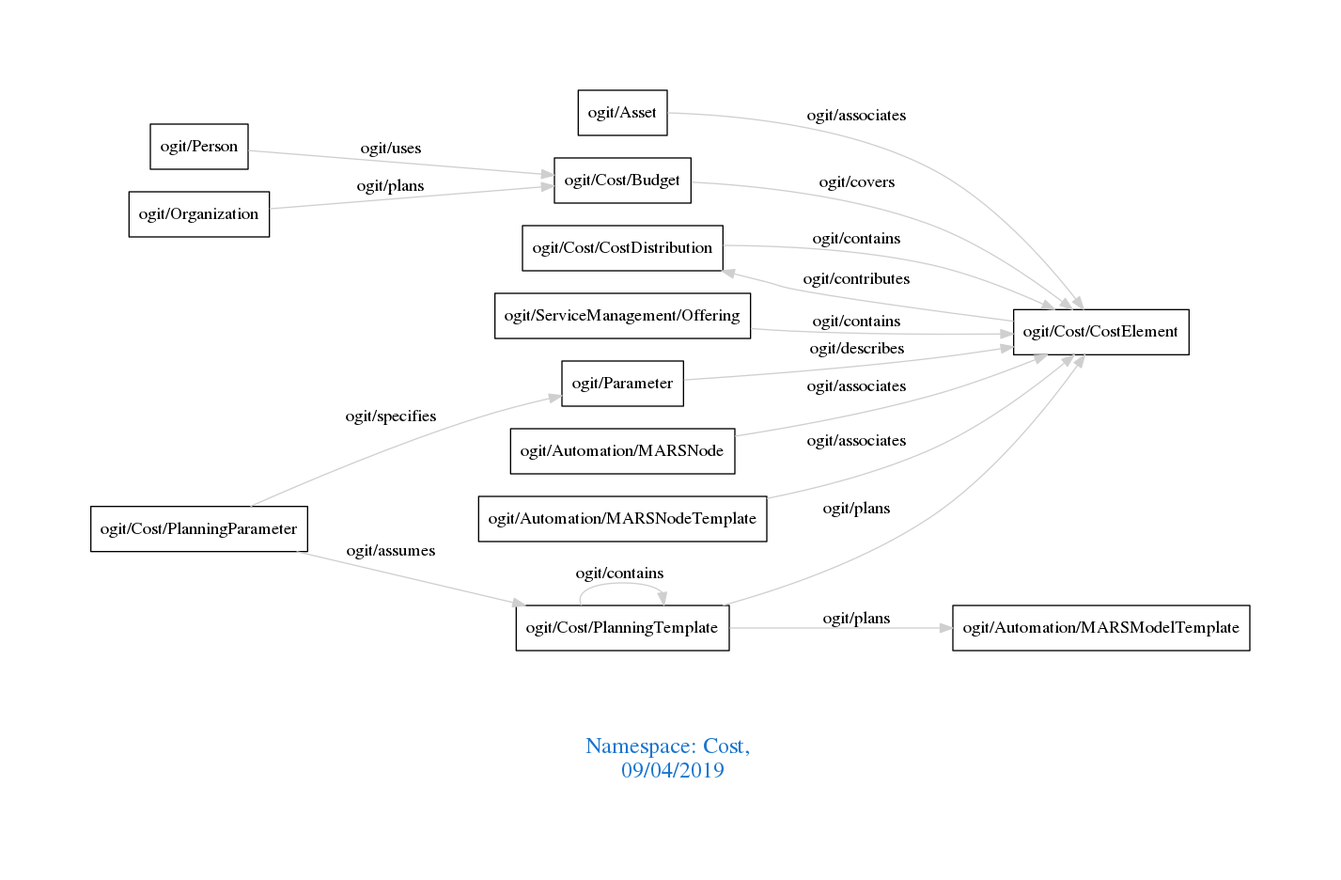
arago/OGIT keeps this Graphviz diagram as downloads/Cost.png. Above is the earlier version. Its source is kept beside it as downloads/Cost.dot.
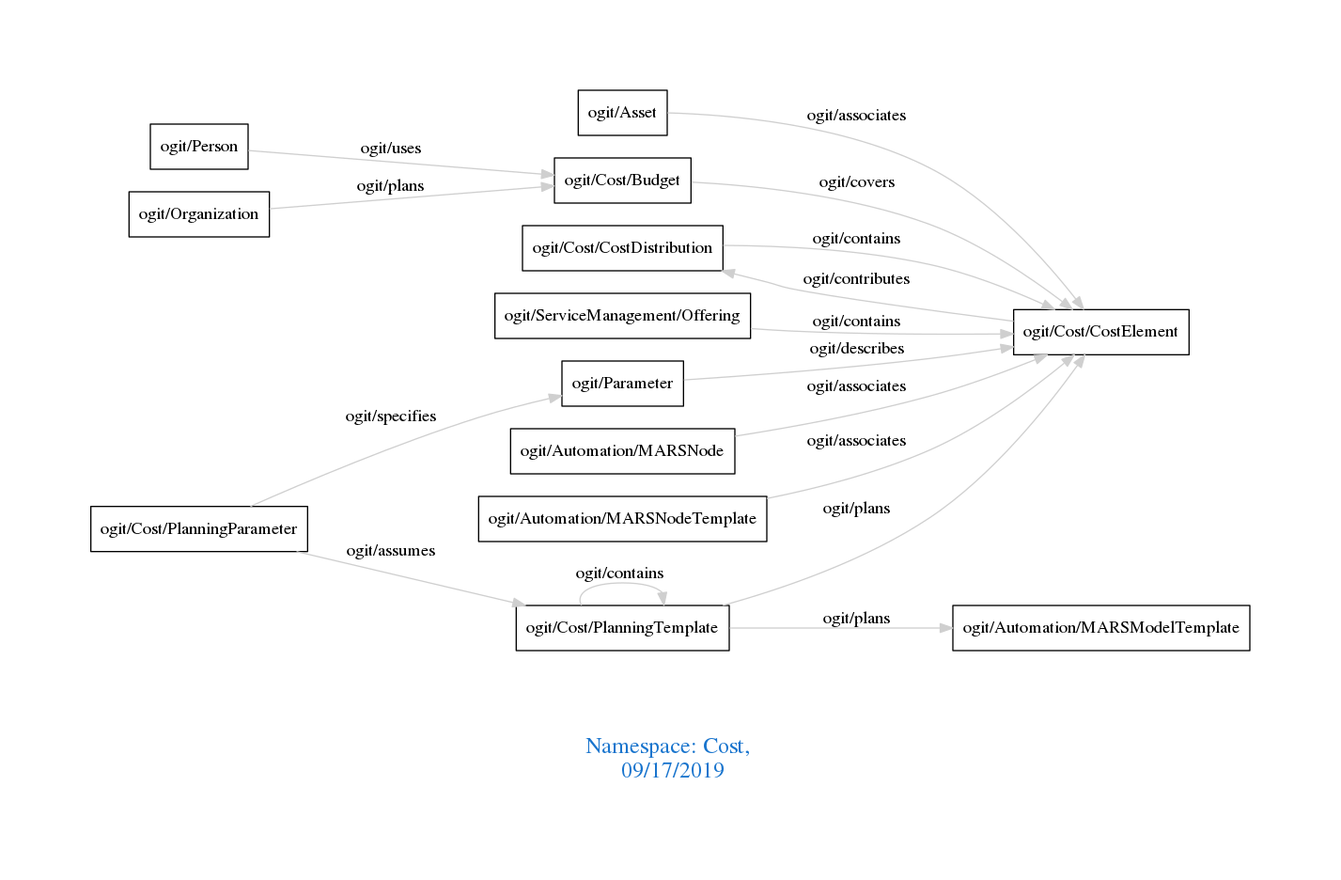
The same diagram one commit later.

Change to the diagram source:
```diff
@@ -1,7 +1,7 @@
 digraph OGIT_ontology {
  graph [ rankdir= LR,pad=1
 fontsize = 18,
-fontcolor= dodgerblue3,label = "\n\n\nNamespace: Cost, \n 09/04/2019"];
+fontcolor= dodgerblue3,label = "\n\n\nNamespace: Cost, \n 09/17/2019"];
 node[shape=polygon];
 edge [  color="gray81"];
 
```
